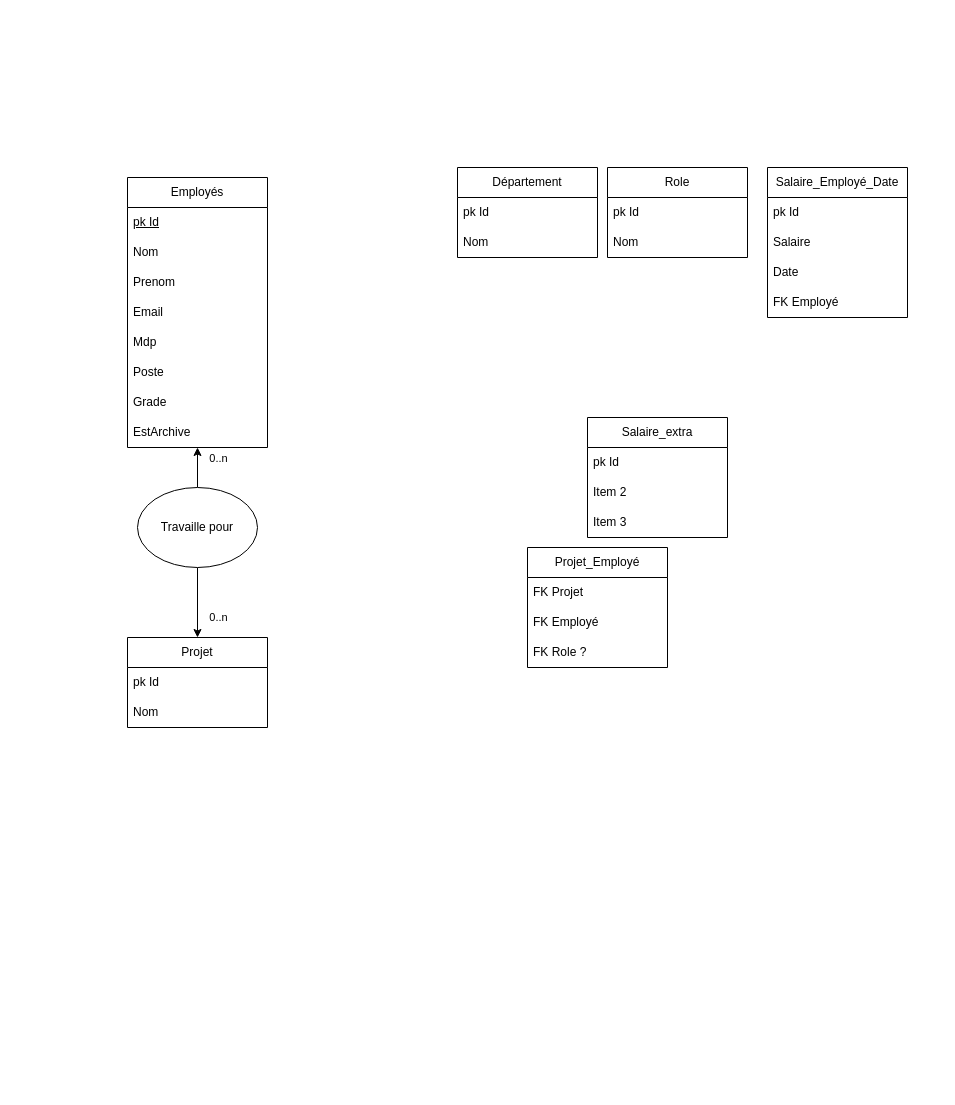
Above: conception/uml-bdd.dio in EsteAbzl/CY-J2EE (draw.io), before the change. Source tidied: cells renumbered, new cells numbered last; positions are measured from the earlier drawing's top-left corner, leaving out a move shared by most shapes. Both pictures are drawn from the tidied source at 100%, with x=0, y=0 at pixel (127, 167).
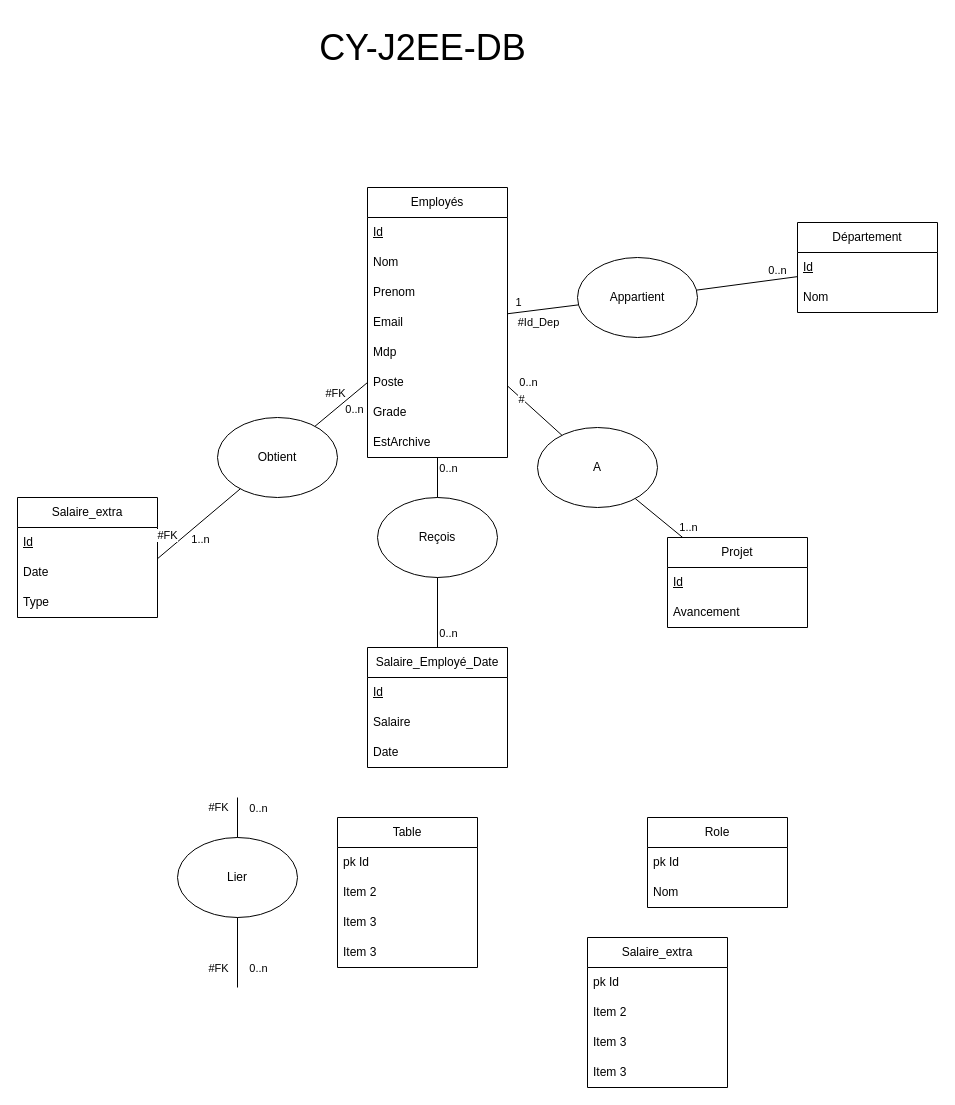
The same page after the edit.

Unchanged cells that the change refers to:
```xml
<mxCell id="8" value="Poste" style="text;strokeColor=none;fillColor=none;align=left;verticalAlign=middle;spacingLeft=4;spacingRight=4;overflow=hidden;points=[[0,0.5],[1,0.5]];portConstraint=eastwest;whiteSpace=wrap;html=1;" parent="2" vertex="1">
  <mxGeometry y="180" width="140" height="30" as="geometry" />
</mxCell>
<mxCell id="10" value="EstArchive" style="text;strokeColor=none;fillColor=none;align=left;verticalAlign=middle;spacingLeft=4;spacingRight=4;overflow=hidden;points=[[0,0.5],[1,0.5]];portConstraint=eastwest;whiteSpace=wrap;html=1;" parent="2" vertex="1">
  <mxGeometry y="240" width="140" height="30" as="geometry" />
</mxCell>
```

Change to the diagram source:
```diff
@@
     <mxCell id="2" value="Employés" style="swimlane;fontStyle=0;horizontal=1;startSize=30;whiteSpace=wrap;html=1;" parent="1" vertex="1">
-      <mxGeometry y="10" width="140" height="270" as="geometry" />
+      <mxGeometry x="240" y="20" width="140" height="270" as="geometry" />
     </mxCell>
-    <mxCell id="3" value="&lt;u&gt;pk Id&lt;/u&gt;" style="text;strokeColor=none;fillColor=none;align=left;verticalAlign=middle;spacingLeft=4;spacingRight=4;overflow=hidden;whiteSpace=wrap;html=1;" parent="2" vertex="1">
+    <mxCell id="3" value="&lt;u&gt;Id&lt;/u&gt;" style="text;strokeColor=none;fillColor=none;align=left;verticalAlign=middle;spacingLeft=4;spacingRight=4;overflow=hidden;whiteSpace=wrap;html=1;" parent="2" vertex="1">
       <mxGeometry y="30" width="140" height="30" as="geometry" />
     </mxCell>
@@
     <mxCell id="11" value="Département" style="swimlane;fontStyle=0;horizontal=1;startSize=30;whiteSpace=wrap;html=1;" parent="1" vertex="1">
-      <mxGeometry x="330" width="140" height="90" as="geometry" />
+      <mxGeometry x="670" y="55" width="140" height="90" as="geometry" />
     </mxCell>
-    <mxCell id="12" value="pk Id" style="text;strokeColor=none;fillColor=none;align=left;verticalAlign=middle;spacingLeft=4;spacingRight=4;overflow=hidden;whiteSpace=wrap;html=1;" parent="11" vertex="1">
+    <mxCell id="12" value="&lt;u&gt;Id&lt;/u&gt;" style="text;strokeColor=none;fillColor=none;align=left;verticalAlign=middle;spacingLeft=4;spacingRight=4;overflow=hidden;whiteSpace=wrap;html=1;" parent="11" vertex="1">
       <mxGeometry y="30" width="140" height="30" as="geometry" />
     </mxCell>
@@
-    <mxCell id="14" value="Projet" style="swimlane;fontStyle=0;horizontal=1;startSize=30;whiteSpace=wrap;html=1;" parent="1" vertex="1">
-      <mxGeometry y="470" width="140" height="90" as="geometry" />
-    </mxCell>
-    <mxCell id="15" value="pk Id" style="text;strokeColor=none;fillColor=none;align=left;verticalAlign=middle;spacingLeft=4;spacingRight=4;overflow=hidden;whiteSpace=wrap;html=1;" parent="14" vertex="1">
-      <mxGeometry y="30" width="140" height="30" as="geometry" />
-    </mxCell>
-    <mxCell id="16" value="Nom" style="text;strokeColor=none;fillColor=none;align=left;verticalAlign=middle;spacingLeft=4;spacingRight=4;overflow=hidden;whiteSpace=wrap;html=1;" parent="14" vertex="1">
-      <mxGeometry y="60" width="140" height="30" as="geometry" />
-    </mxCell>
     <mxCell id="17" value="Salaire_Employé_Date" style="swimlane;fontStyle=0;horizontal=1;startSize=30;whiteSpace=wrap;html=1;" parent="1" vertex="1">
-      <mxGeometry x="640" width="140" height="150" as="geometry" />
+      <mxGeometry x="240" y="480" width="140" height="120" as="geometry" />
     </mxCell>
-    <mxCell id="18" value="pk Id" style="text;strokeColor=none;fillColor=none;align=left;verticalAlign=middle;spacingLeft=4;spacingRight=4;overflow=hidden;whiteSpace=wrap;html=1;" parent="17" vertex="1">
+    <mxCell id="18" value="&lt;u&gt;Id&lt;/u&gt;" style="text;strokeColor=none;fillColor=none;align=left;verticalAlign=middle;spacingLeft=4;spacingRight=4;overflow=hidden;whiteSpace=wrap;html=1;" parent="17" vertex="1">
       <mxGeometry y="30" width="140" height="30" as="geometry" />
     </mxCell>
@@
-    <mxCell id="21" value="FK Employé" style="text;strokeColor=none;fillColor=none;align=left;verticalAlign=middle;spacingLeft=4;spacingRight=4;overflow=hidden;whiteSpace=wrap;html=1;" parent="17" vertex="1">
-      <mxGeometry y="120" width="140" height="30" as="geometry" />
-    </mxCell>
-    <mxCell id="22" value="Salaire_extra" style="swimlane;fontStyle=0;horizontal=1;startSize=30;whiteSpace=wrap;html=1;" parent="1" vertex="1">
-      <mxGeometry x="460" y="250" width="140" height="120" as="geometry" />
+    <mxCell id="22" value="&lt;div style=&quot;text-align: left;&quot;&gt;&lt;span style=&quot;background-color: transparent; color: rgb(0, 0, 0);&quot;&gt;Salaire_extra&lt;/span&gt;&lt;/div&gt;" style="swimlane;fontStyle=0;horizontal=1;startSize=30;whiteSpace=wrap;html=1;" parent="1" vertex="1">
+      <mxGeometry x="-110" y="330" width="140" height="120" as="geometry" />
     </mxCell>
-    <mxCell id="23" value="pk Id" style="text;strokeColor=none;fillColor=none;align=left;verticalAlign=middle;spacingLeft=4;spacingRight=4;overflow=hidden;points=[[0,0.5],[1,0.5]];portConstraint=eastwest;whiteSpace=wrap;html=1;" parent="22" vertex="1">
+    <mxCell id="23" value="&lt;u&gt;Id&lt;/u&gt;" style="text;strokeColor=none;fillColor=none;align=left;verticalAlign=middle;spacingLeft=4;spacingRight=4;overflow=hidden;points=[[0,0.5],[1,0.5]];portConstraint=eastwest;whiteSpace=wrap;html=1;" parent="22" vertex="1">
       <mxGeometry y="30" width="140" height="30" as="geometry" />
     </mxCell>
-    <mxCell id="24" value="Item 2" style="text;strokeColor=none;fillColor=none;align=left;verticalAlign=middle;spacingLeft=4;spacingRight=4;overflow=hidden;whiteSpace=wrap;html=1;" parent="22" vertex="1">
-      <mxGeometry y="60" width="140" height="30" as="geometry" />
-    </mxCell>
-    <mxCell id="25" value="Item 3" style="text;strokeColor=none;fillColor=none;align=left;verticalAlign=middle;spacingLeft=4;spacingRight=4;overflow=hidden;whiteSpace=wrap;html=1;" parent="22" vertex="1">
-      <mxGeometry y="90" width="140" height="30" as="geometry" />
-    </mxCell>
+    <mxCell id="38" value="Date" style="text;strokeColor=none;fillColor=none;align=left;verticalAlign=middle;spacingLeft=4;spacingRight=4;overflow=hidden;whiteSpace=wrap;html=1;" parent="22" vertex="1">
+      <mxGeometry y="60" width="140" height="30" as="geometry" />
+    </mxCell>
+    <mxCell id="39" value="Type" style="text;strokeColor=none;fillColor=none;align=left;verticalAlign=middle;spacingLeft=4;spacingRight=4;overflow=hidden;whiteSpace=wrap;html=1;" parent="22" vertex="1">
+      <mxGeometry y="90" width="140" height="30" as="geometry" />
+    </mxCell>
     <mxCell id="26" value="Role" style="swimlane;fontStyle=0;horizontal=1;startSize=30;whiteSpace=wrap;html=1;" parent="1" vertex="1">
-      <mxGeometry x="480" width="140" height="90" as="geometry" />
+      <mxGeometry x="520" y="650" width="140" height="90" as="geometry" />
     </mxCell>
@@
-    <mxCell id="29" value="Projet_Employé" style="swimlane;fontStyle=0;horizontal=1;startSize=30;whiteSpace=wrap;html=1;" parent="1" vertex="1">
-      <mxGeometry x="400" y="380" width="140" height="120" as="geometry" />
+    <mxCell id="29" value="Projet" style="swimlane;fontStyle=0;horizontal=1;startSize=30;whiteSpace=wrap;html=1;" parent="1" vertex="1">
+      <mxGeometry x="540" y="370" width="140" height="90" as="geometry" />
     </mxCell>
-    <mxCell id="30" value="FK Projet" style="text;strokeColor=none;fillColor=none;align=left;verticalAlign=middle;spacingLeft=4;spacingRight=4;overflow=hidden;whiteSpace=wrap;html=1;" parent="29" vertex="1">
-      <mxGeometry y="30" width="140" height="30" as="geometry" />
-    </mxCell>
-    <mxCell id="31" value="FK Employé" style="text;strokeColor=none;fillColor=none;align=left;verticalAlign=middle;spacingLeft=4;spacingRight=4;overflow=hidden;whiteSpace=wrap;html=1;" parent="29" vertex="1">
-      <mxGeometry y="60" width="140" height="30" as="geometry" />
+    <mxCell id="31" value="&lt;u&gt;Id&lt;/u&gt;" style="text;strokeColor=none;fillColor=none;align=left;verticalAlign=middle;spacingLeft=4;spacingRight=4;overflow=hidden;whiteSpace=wrap;html=1;" parent="29" vertex="1">
+      <mxGeometry y="30" width="140" height="30" as="geometry" />
     </mxCell>
-    <mxCell id="32" value="FK Role ?" style="text;strokeColor=none;fillColor=none;align=left;verticalAlign=middle;spacingLeft=4;spacingRight=4;overflow=hidden;whiteSpace=wrap;html=1;" parent="29" vertex="1">
-      <mxGeometry y="90" width="140" height="30" as="geometry" />
+    <mxCell id="32" value="Avancement" style="text;strokeColor=none;fillColor=none;align=left;verticalAlign=middle;spacingLeft=4;spacingRight=4;overflow=hidden;whiteSpace=wrap;html=1;" parent="29" vertex="1">
+      <mxGeometry y="60" width="140" height="30" as="geometry" />
     </mxCell>
-    <mxCell id="33" style="edgeStyle=none;html=1;" parent="1" edge="1" source="37" target="10">
-      <mxGeometry relative="1" as="geometry" />
-    </mxCell>
-    <mxCell id="34" value="0..n" style="edgeLabel;html=1;align=center;verticalAlign=middle;" parent="33" vertex="1">
-      <mxGeometry x="0.41" y="-2" relative="1" as="geometry">
-        <mxPoint x="18" y="-2" as="offset" />
-      </mxGeometry>
-    </mxCell>
-    <mxCell id="35" style="edgeStyle=none;html=1;" parent="1" edge="1" source="37" target="14">
-      <mxGeometry relative="1" as="geometry" />
-    </mxCell>
-    <mxCell id="36" value="0&lt;span style=&quot;background-color: light-dark(#ffffff, var(--ge-dark-color, #121212));&quot;&gt;..n&lt;/span&gt;" style="edgeLabel;html=1;align=center;verticalAlign=middle;" parent="35" vertex="1">
-      <mxGeometry x="0.39" y="3" relative="1" as="geometry">
-        <mxPoint x="17" as="offset" />
-      </mxGeometry>
-    </mxCell>
-    <mxCell id="37" value="Travaille pour" style="ellipse;whiteSpace=wrap;html=1;" parent="1" vertex="1">
-      <mxGeometry x="10" y="320" width="120" height="80" as="geometry" />
+    <mxCell id="37" value="Reçois" style="ellipse;whiteSpace=wrap;html=1;" parent="1" vertex="1">
+      <mxGeometry x="250" y="330" width="120" height="80" as="geometry" />
     </mxCell>
+    <mxCell id="40" style="edgeStyle=none;html=1;endArrow=none;endFill=0;" parent="1" edge="1" source="2" target="37">
+      <mxGeometry relative="1" as="geometry" />
+    </mxCell>
+    <mxCell id="41" value="0..n" style="edgeLabel;html=1;align=center;verticalAlign=middle;" parent="40" vertex="1">
+      <mxGeometry x="-0.59" relative="1" as="geometry">
+        <mxPoint x="10" y="2" as="offset" />
+      </mxGeometry>
+    </mxCell>
+    <mxCell id="42" style="edgeStyle=none;html=1;endArrow=none;endFill=0;" parent="1" edge="1" source="37">
+      <mxGeometry relative="1" as="geometry">
+        <mxPoint x="310" y="480" as="targetPoint" />
+      </mxGeometry>
+    </mxCell>
+    <mxCell id="43" value="0..n" style="edgeLabel;html=1;align=center;verticalAlign=middle;" parent="42" vertex="1">
+      <mxGeometry x="0.46" relative="1" as="geometry">
+        <mxPoint x="10" y="4" as="offset" />
+      </mxGeometry>
+    </mxCell>
+    <mxCell id="44" value="Salaire_extra" style="swimlane;fontStyle=0;horizontal=1;startSize=30;whiteSpace=wrap;html=1;" parent="1" vertex="1">
+      <mxGeometry x="460" y="770" width="140" height="150" as="geometry" />
+    </mxCell>
+    <mxCell id="45" value="pk Id" style="text;strokeColor=none;fillColor=none;align=left;verticalAlign=middle;spacingLeft=4;spacingRight=4;overflow=hidden;whiteSpace=wrap;html=1;" parent="44" vertex="1">
+      <mxGeometry y="30" width="140" height="30" as="geometry" />
+    </mxCell>
+    <mxCell id="46" value="Item 2" style="text;strokeColor=none;fillColor=none;align=left;verticalAlign=middle;spacingLeft=4;spacingRight=4;overflow=hidden;whiteSpace=wrap;html=1;" parent="44" vertex="1">
+      <mxGeometry y="60" width="140" height="30" as="geometry" />
+    </mxCell>
+    <mxCell id="47" value="Item 3" style="text;strokeColor=none;fillColor=none;align=left;verticalAlign=middle;spacingLeft=4;spacingRight=4;overflow=hidden;whiteSpace=wrap;html=1;" parent="44" vertex="1">
+      <mxGeometry y="90" width="140" height="30" as="geometry" />
+    </mxCell>
+    <mxCell id="48" value="Item 3" style="text;strokeColor=none;fillColor=none;align=left;verticalAlign=middle;spacingLeft=4;spacingRight=4;overflow=hidden;whiteSpace=wrap;html=1;" parent="44" vertex="1">
+      <mxGeometry y="120" width="140" height="30" as="geometry" />
+    </mxCell>
+    <mxCell id="49" value="Lier" style="ellipse;whiteSpace=wrap;html=1;" parent="1" vertex="1">
+      <mxGeometry x="50" y="670" width="120" height="80" as="geometry" />
+    </mxCell>
+    <mxCell id="50" style="html=1;endArrow=none;endFill=0;" parent="1" edge="1" target="49">
+      <mxGeometry relative="1" as="geometry">
+        <mxPoint x="110" y="630" as="sourcePoint" />
+      </mxGeometry>
+    </mxCell>
+    <mxCell id="51" value="0..n" style="edgeLabel;html=1;align=center;verticalAlign=middle;" parent="50" vertex="1">
+      <mxGeometry x="-0.59" relative="1" as="geometry">
+        <mxPoint x="20" y="2" as="offset" />
+      </mxGeometry>
+    </mxCell>
+    <mxCell id="52" value="#FK" style="edgeLabel;html=1;align=center;verticalAlign=middle;" parent="50" vertex="1">
+      <mxGeometry x="-0.53" relative="1" as="geometry">
+        <mxPoint x="-20" as="offset" />
+      </mxGeometry>
+    </mxCell>
+    <mxCell id="53" style="html=1;endArrow=none;endFill=0;" parent="1" edge="1" source="49">
+      <mxGeometry relative="1" as="geometry">
+        <mxPoint x="110" y="820" as="targetPoint" />
+      </mxGeometry>
+    </mxCell>
+    <mxCell id="54" value="0..n" style="edgeLabel;html=1;align=center;verticalAlign=middle;" parent="53" vertex="1">
+      <mxGeometry x="0.46" relative="1" as="geometry">
+        <mxPoint x="20" y="-1" as="offset" />
+      </mxGeometry>
+    </mxCell>
+    <mxCell id="55" value="#FK" style="edgeLabel;html=1;align=center;verticalAlign=middle;" parent="53" vertex="1">
+      <mxGeometry x="0.44" y="-1" relative="1" as="geometry">
+        <mxPoint x="-19" as="offset" />
+      </mxGeometry>
+    </mxCell>
+    <mxCell id="56" value="Table" style="swimlane;fontStyle=0;horizontal=1;startSize=30;whiteSpace=wrap;html=1;" parent="1" vertex="1">
+      <mxGeometry x="210" y="650" width="140" height="150" as="geometry" />
+    </mxCell>
+    <mxCell id="57" value="pk Id" style="text;strokeColor=none;fillColor=none;align=left;verticalAlign=middle;spacingLeft=4;spacingRight=4;overflow=hidden;whiteSpace=wrap;html=1;" parent="56" vertex="1">
+      <mxGeometry y="30" width="140" height="30" as="geometry" />
+    </mxCell>
+    <mxCell id="58" value="Item 2" style="text;strokeColor=none;fillColor=none;align=left;verticalAlign=middle;spacingLeft=4;spacingRight=4;overflow=hidden;whiteSpace=wrap;html=1;" parent="56" vertex="1">
+      <mxGeometry y="60" width="140" height="30" as="geometry" />
+    </mxCell>
+    <mxCell id="59" value="Item 3" style="text;strokeColor=none;fillColor=none;align=left;verticalAlign=middle;spacingLeft=4;spacingRight=4;overflow=hidden;whiteSpace=wrap;html=1;" parent="56" vertex="1">
+      <mxGeometry y="90" width="140" height="30" as="geometry" />
+    </mxCell>
+    <mxCell id="60" value="Item 3" style="text;strokeColor=none;fillColor=none;align=left;verticalAlign=middle;spacingLeft=4;spacingRight=4;overflow=hidden;whiteSpace=wrap;html=1;" parent="56" vertex="1">
+      <mxGeometry y="120" width="140" height="30" as="geometry" />
+    </mxCell>
+    <mxCell id="61" value="Appartient" style="ellipse;whiteSpace=wrap;html=1;" parent="1" vertex="1">
+      <mxGeometry x="450" y="90" width="120" height="80" as="geometry" />
+    </mxCell>
+    <mxCell id="62" style="html=1;endArrow=none;endFill=0;" parent="1" edge="1" source="2" target="61">
+      <mxGeometry relative="1" as="geometry" />
+    </mxCell>
+    <mxCell id="63" value="1" style="edgeLabel;html=1;align=center;verticalAlign=middle;" parent="62" vertex="1">
+      <mxGeometry x="-0.59" relative="1" as="geometry">
+        <mxPoint x="-4" y="-10" as="offset" />
+      </mxGeometry>
+    </mxCell>
+    <mxCell id="64" value="#Id_D&lt;span style=&quot;background-color: light-dark(#ffffff, var(--ge-dark-color, #121212));&quot;&gt;ep&lt;/span&gt;" style="edgeLabel;html=1;align=center;verticalAlign=middle;" parent="62" vertex="1">
+      <mxGeometry x="-0.7" relative="1" as="geometry">
+        <mxPoint x="20" y="10" as="offset" />
+      </mxGeometry>
+    </mxCell>
+    <mxCell id="65" style="html=1;endArrow=none;endFill=0;" parent="1" edge="1" source="61" target="11">
+      <mxGeometry relative="1" as="geometry" />
+    </mxCell>
+    <mxCell id="66" value="0..n" style="edgeLabel;html=1;align=center;verticalAlign=middle;" parent="65" vertex="1">
+      <mxGeometry x="0.46" relative="1" as="geometry">
+        <mxPoint x="7" y="-10" as="offset" />
+      </mxGeometry>
+    </mxCell>
+    <mxCell id="67" value="A" style="ellipse;whiteSpace=wrap;html=1;" parent="1" vertex="1">
+      <mxGeometry x="410" y="260" width="120" height="80" as="geometry" />
+    </mxCell>
+    <mxCell id="68" style="edgeStyle=none;html=1;endArrow=none;endFill=0;" parent="1" edge="1" source="2" target="67">
+      <mxGeometry relative="1" as="geometry" />
+    </mxCell>
+    <mxCell id="69" value="0..n" style="edgeLabel;html=1;align=center;verticalAlign=middle;" parent="68" vertex="1">
+      <mxGeometry x="-0.59" relative="1" as="geometry">
+        <mxPoint x="9" y="-14" as="offset" />
+      </mxGeometry>
+    </mxCell>
+    <mxCell id="70" value="#" style="edgeLabel;html=1;align=center;verticalAlign=middle;" parent="68" vertex="1">
+      <mxGeometry x="-0.47" y="-1" relative="1" as="geometry" />
+    </mxCell>
+    <mxCell id="71" style="edgeStyle=none;html=1;endArrow=none;endFill=0;" parent="1" edge="1" source="67" target="29">
+      <mxGeometry relative="1" as="geometry" />
+    </mxCell>
+    <mxCell id="72" value="1..n" style="edgeLabel;html=1;align=center;verticalAlign=middle;" parent="71" vertex="1">
+      <mxGeometry x="0.46" relative="1" as="geometry">
+        <mxPoint x="18" as="offset" />
+      </mxGeometry>
+    </mxCell>
+    <mxCell id="73" value="Obtient" style="ellipse;whiteSpace=wrap;html=1;" parent="1" vertex="1">
+      <mxGeometry x="90" y="250" width="120" height="80" as="geometry" />
+    </mxCell>
+    <mxCell id="74" style="html=1;endArrow=none;endFill=0;exitX=0;exitY=0.5;exitDx=0;exitDy=0;" parent="1" edge="1" source="8" target="73">
+      <mxGeometry relative="1" as="geometry" />
+    </mxCell>
+    <mxCell id="75" value="0..n" style="edgeLabel;html=1;align=center;verticalAlign=middle;" parent="74" vertex="1">
+      <mxGeometry x="-0.59" relative="1" as="geometry">
+        <mxPoint x="-3" y="18" as="offset" />
+      </mxGeometry>
+    </mxCell>
+    <mxCell id="76" value="#FK" style="edgeLabel;html=1;align=center;verticalAlign=middle;" parent="74" vertex="1">
+      <mxGeometry x="-0.53" relative="1" as="geometry">
+        <mxPoint x="-20" as="offset" />
+      </mxGeometry>
+    </mxCell>
+    <mxCell id="77" style="html=1;endArrow=none;endFill=0;entryX=1;entryY=1.04;entryDx=0;entryDy=0;entryPerimeter=0;" parent="1" edge="1" source="73" target="23">
+      <mxGeometry relative="1" as="geometry" />
+    </mxCell>
+    <mxCell id="78" value="1..n" style="edgeLabel;html=1;align=center;verticalAlign=middle;" parent="77" vertex="1">
+      <mxGeometry x="0.46" relative="1" as="geometry">
+        <mxPoint x="20" y="-1" as="offset" />
+      </mxGeometry>
+    </mxCell>
+    <mxCell id="79" value="#FK" style="edgeLabel;html=1;align=center;verticalAlign=middle;" parent="77" vertex="1">
+      <mxGeometry x="0.44" y="-1" relative="1" as="geometry">
+        <mxPoint x="-13" y="-3" as="offset" />
+      </mxGeometry>
+    </mxCell>
+    <mxCell id="80" value="&lt;font style=&quot;font-size: 36px;&quot;&gt;CY-J2EE-DB&lt;/font&gt;" style="text;html=1;align=center;verticalAlign=middle;strokeColor=none;fillColor=none;" parent="1" vertex="1">
+      <mxGeometry x="180" y="-150" width="230" height="60" as="geometry" />
+    </mxCell>
```
